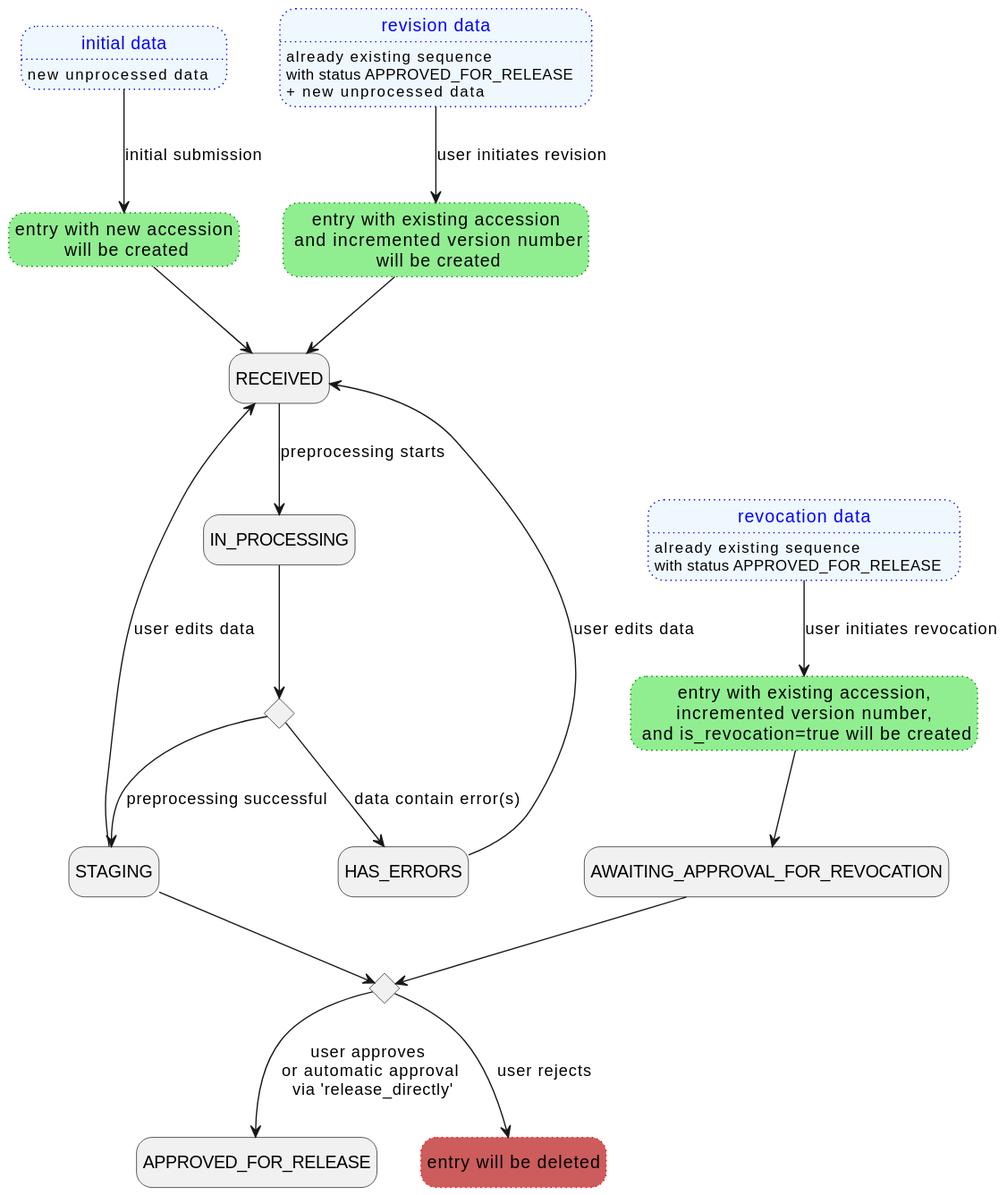
The PlantUML diagram backend/docs/plantuml/statusChange.svg in loculus-project/loculus, before a commit.
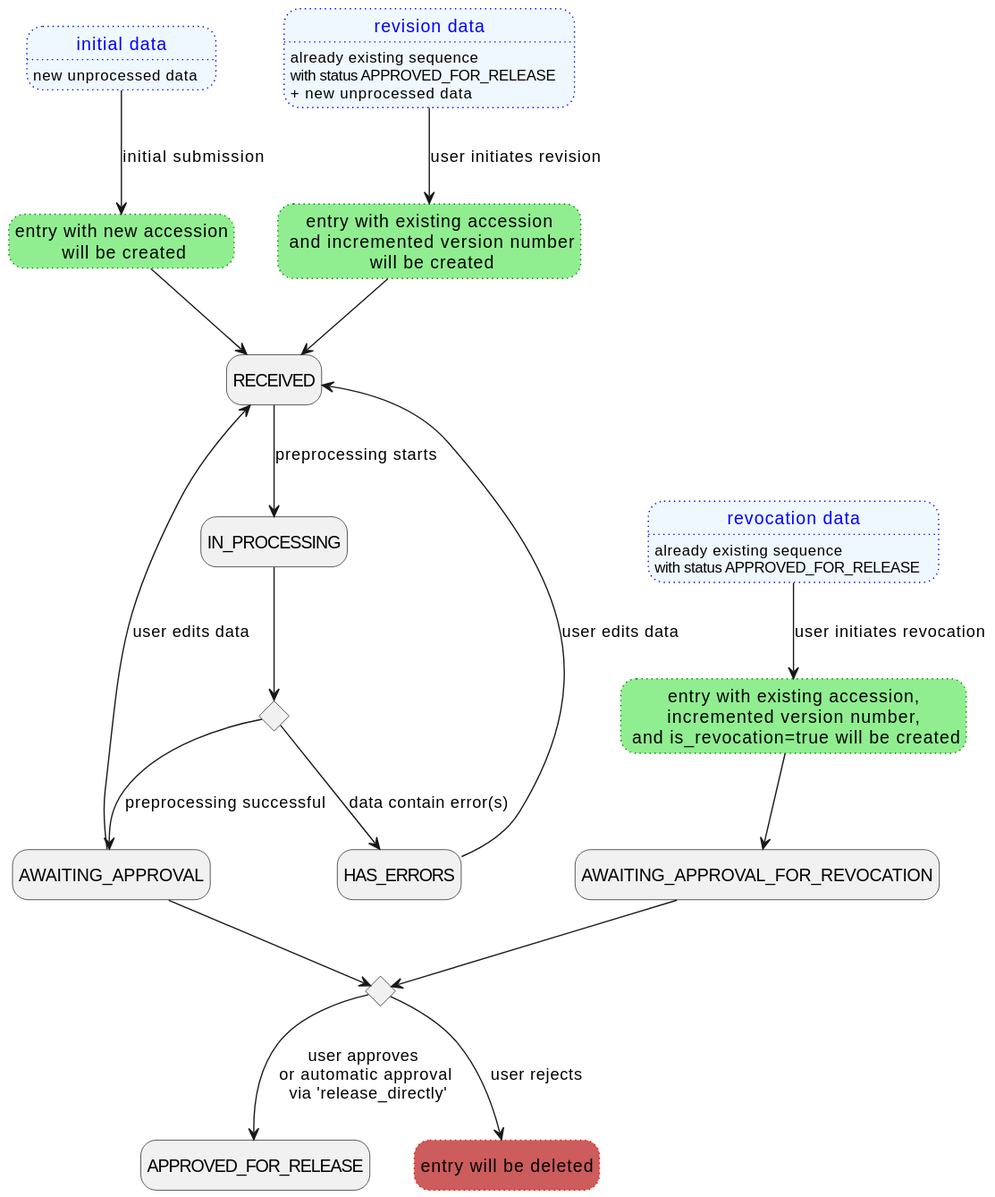
After the commit.

Diff of the diagram source:
```diff
@@ -20,6 +20,7 @@
     state HAS_ERRORS
     state RECEIVED
     state APPROVED_FOR_RELEASE
+    state AWAITING_APPROVAL
 
     state CREATING_SUBMIT as "entry with new accession\n will be created" #lightgreen;line:green;line.dotted
     state CREATING_REVISE as "entry with existing accession\n and incremented version number\n will be created" #lightgreen;line:green;line.dotted
@@ -41,9 +42,9 @@
     IN_PROCESSING --> is_error
     is_error --> HAS_ERRORS : data contain error(s)
     HAS_ERRORS --> RECEIVED : user edits data
-    STAGING --> RECEIVED : user edits data
-    is_error --> STAGING : preprocessing successful
-    STAGING --> is_approved
+    AWAITING_APPROVAL --> RECEIVED : user edits data
+    is_error --> AWAITING_APPROVAL : preprocessing successful
+    AWAITING_APPROVAL --> is_approved
     is_approved --> APPROVED_FOR_RELEASE : user approves \nor automatic approval\n via 'release_directly'
     is_approved --> DELETION : user rejects
 @enduml
```
